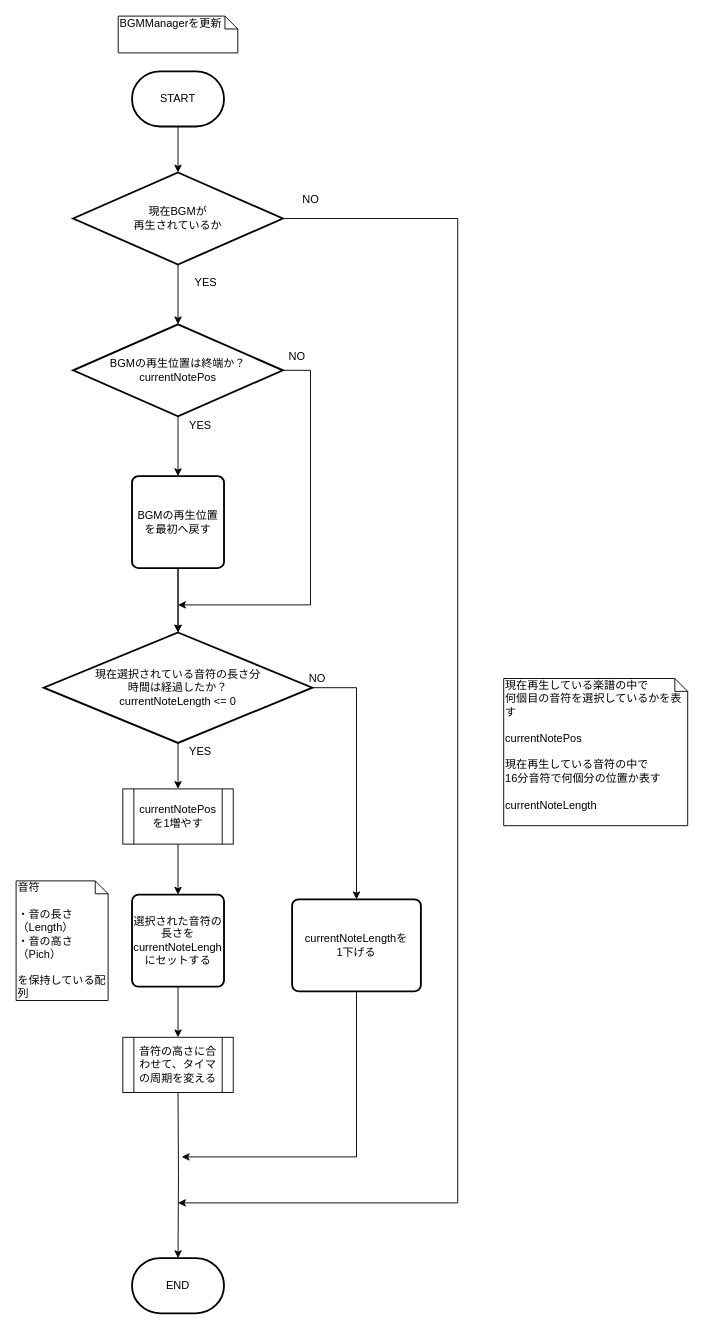
Above: page "BGMManagerを更新" (3 of 5) of 資料/設計書/フローチャート/モグラ叩き_Buzzer.drawio in hakohumi/comp.train.whack-a-mole (draw.io), before the change. Source tidied: cells renumbered, new cells numbered last; positions are measured from the earlier drawing's top-left corner, leaving out a move shared by most shapes. Both pictures are drawn from the tidied source at 92%, with x=0, y=0 at pixel (16, 16).
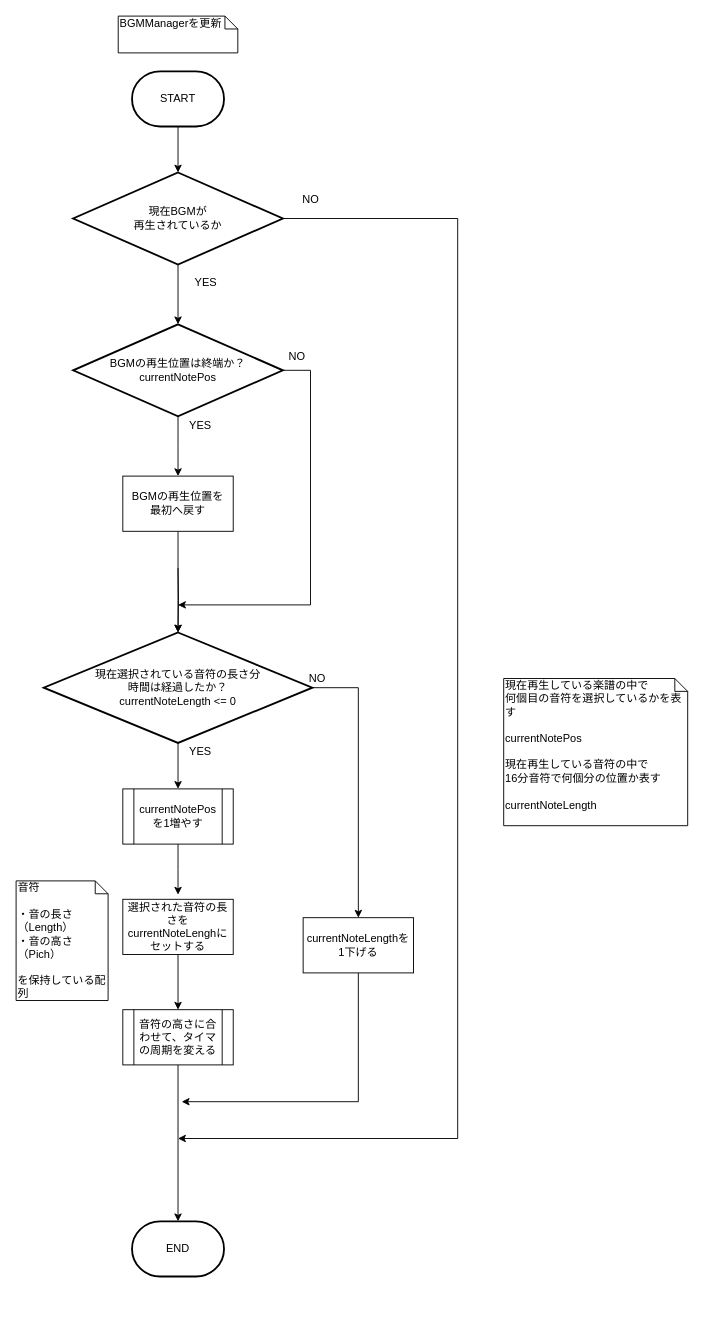
The same page after the edit.

The change refers to these unchanged cells:
```xml
<mxCell id="7" value="現在BGMが&lt;br&gt;再生されているか" style="strokeWidth=2;html=1;shape=mxgraph.flowchart.decision;whiteSpace=wrap;" parent="1" vertex="1">
  <mxGeometry x="62" y="170" width="228" height="100" as="geometry" />
</mxCell>
<mxCell id="10" value="BGMの再生位置は終端か？&lt;br&gt;currentNotePos" style="strokeWidth=2;html=1;shape=mxgraph.flowchart.decision;whiteSpace=wrap;" parent="1" vertex="1">
  <mxGeometry x="62" y="335" width="228" height="100" as="geometry" />
</mxCell>
<mxCell id="19" value="現在選択されている音符の長さ分&lt;br&gt;時間は経過したか？&lt;br&gt;currentNoteLength &amp;lt;= 0" style="strokeWidth=2;html=1;shape=mxgraph.flowchart.decision;whiteSpace=wrap;" parent="1" vertex="1">
  <mxGeometry x="30" y="670" width="292" height="120" as="geometry" />
</mxCell>
<mxCell id="29" value="currentNotePos を1増やす" style="shape=process;whiteSpace=wrap;html=1;backgroundOutline=1;" parent="1" vertex="1">
  <mxGeometry x="116" y="840" width="120" height="60" as="geometry" />
</mxCell>
```

Change to the diagram source:
```diff
@@
     <mxCell id="6" style="edgeStyle=orthogonalEdgeStyle;rounded=0;jettySize=auto;html=1;" parent="1" edge="1" source="7">
       <mxGeometry relative="1" as="geometry">
-        <mxPoint x="176" y="1290" as="targetPoint" />
+        <mxPoint x="176" y="1220" as="targetPoint" />
         <Array as="points">
           <mxPoint x="480" y="220" />
-          <mxPoint x="480" y="1290" />
-          <mxPoint x="176" y="1290" />
+          <mxPoint x="480" y="1220" />
+          <mxPoint x="176" y="1220" />
         </Array>
       </mxGeometry>
     </mxCell>
@@
-    <mxCell id="8" style="edgeStyle=orthogonalEdgeStyle;rounded=0;jettySize=auto;html=1;" parent="1" edge="1" source="10" target="16">
-      <mxGeometry relative="1" as="geometry" />
+    <mxCell id="8" style="edgeStyle=orthogonalEdgeStyle;rounded=0;jettySize=auto;html=1;" parent="1" edge="1" source="10">
+      <mxGeometry relative="1" as="geometry">
+        <mxPoint x="176" y="500" as="targetPoint" />
+      </mxGeometry>
     </mxCell>
@@
-    <mxCell id="14" style="edgeStyle=orthogonalEdgeStyle;rounded=0;jettySize=auto;html=1;" parent="1" edge="1" source="16" target="19">
-      <mxGeometry relative="1" as="geometry" />
+    <mxCell id="14" style="edgeStyle=orthogonalEdgeStyle;rounded=0;jettySize=auto;html=1;" parent="1" edge="1" target="19">
+      <mxGeometry relative="1" as="geometry">
+        <mxPoint x="176" y="600" as="sourcePoint" />
+      </mxGeometry>
     </mxCell>
-    <mxCell id="15" style="edgeStyle=orthogonalEdgeStyle;rounded=0;jettySize=auto;html=1;" parent="1" edge="1" source="16" target="19">
+    <mxCell id="15" style="edgeStyle=orthogonalEdgeStyle;rounded=0;jettySize=auto;html=1;exitX=0.5;exitY=1;exitDx=0;exitDy=0;" parent="1" edge="1" source="34" target="19">
       <mxGeometry relative="1" as="geometry" />
     </mxCell>
-    <mxCell id="16" value="BGMの再生位置を最初へ戻す" style="rounded=1;whiteSpace=wrap;html=1;absoluteArcSize=1;arcSize=14;strokeWidth=2;" parent="1" vertex="1">
-      <mxGeometry x="126" y="500" width="100" height="100" as="geometry" />
-    </mxCell>
-    <mxCell id="17" style="edgeStyle=orthogonalEdgeStyle;rounded=0;jettySize=auto;html=1;" parent="1" edge="1" source="19" target="24">
+    <mxCell id="17" style="edgeStyle=orthogonalEdgeStyle;rounded=0;jettySize=auto;html=1;entryX=0.5;entryY=0;entryDx=0;entryDy=0;" parent="1" edge="1" source="19" target="24">
       <mxGeometry relative="1" as="geometry">
         <Array as="points">
-          <mxPoint x="370" y="730" />
+          <mxPoint x="372" y="730" />
         </Array>
       </mxGeometry>
     </mxCell>
@@
-    <mxCell id="21" style="edgeStyle=orthogonalEdgeStyle;rounded=0;jettySize=auto;html=1;" parent="1" edge="1" target="22">
-      <mxGeometry relative="1" as="geometry">
-        <mxPoint x="176" y="1170" as="sourcePoint" />
-      </mxGeometry>
+    <mxCell id="21" style="edgeStyle=orthogonalEdgeStyle;rounded=0;jettySize=auto;html=1;exitX=0.5;exitY=1;exitDx=0;exitDy=0;" parent="1" edge="1" source="30" target="22">
+      <mxGeometry relative="1" as="geometry" />
     </mxCell>
     <mxCell id="22" value="END" style="strokeWidth=2;html=1;shape=mxgraph.flowchart.terminator;whiteSpace=wrap;" parent="1" vertex="1">
-      <mxGeometry x="126" y="1350" width="100" height="60" as="geometry" />
+      <mxGeometry x="126" y="1310" width="100" height="60" as="geometry" />
     </mxCell>
-    <mxCell id="23" style="edgeStyle=orthogonalEdgeStyle;rounded=0;jettySize=auto;html=1;" parent="1" edge="1" source="24">
+    <mxCell id="23" style="edgeStyle=orthogonalEdgeStyle;rounded=0;jettySize=auto;html=1;exitX=0.5;exitY=1;exitDx=0;exitDy=0;" parent="1" edge="1" source="24">
       <mxGeometry relative="1" as="geometry">
-        <mxPoint x="180" y="1240" as="targetPoint" />
+        <mxPoint x="180" y="1180" as="targetPoint" />
         <Array as="points">
-          <mxPoint x="370" y="1240" />
-          <mxPoint x="180" y="1240" />
+          <mxPoint x="372" y="1180" />
+          <mxPoint x="180" y="1180" />
         </Array>
       </mxGeometry>
     </mxCell>
-    <mxCell id="24" value="currentNoteLengthを&lt;br&gt;1下げる" style="rounded=1;whiteSpace=wrap;html=1;absoluteArcSize=1;arcSize=14;strokeWidth=2;" parent="1" vertex="1">
-      <mxGeometry x="300" y="960" width="140" height="100" as="geometry" />
-    </mxCell>
@@
-    <mxCell id="26" style="edgeStyle=orthogonalEdgeStyle;rounded=0;jettySize=auto;html=1;" parent="1" edge="1" source="27" target="30">
+    <mxCell id="26" style="edgeStyle=orthogonalEdgeStyle;rounded=0;jettySize=auto;html=1;exitX=0.5;exitY=1;exitDx=0;exitDy=0;" parent="1" edge="1" source="27" target="30">
       <mxGeometry relative="1" as="geometry" />
     </mxCell>
-    <mxCell id="27" value="&lt;span&gt;選択された音符の長さをcurrentNoteLenghにセットする&lt;/span&gt;" style="rounded=1;whiteSpace=wrap;html=1;absoluteArcSize=1;arcSize=14;strokeWidth=2;" parent="1" vertex="1">
-      <mxGeometry x="126" y="955" width="100" height="100" as="geometry" />
-    </mxCell>
-    <mxCell id="28" style="edgeStyle=orthogonalEdgeStyle;rounded=0;jettySize=auto;html=1;" parent="1" edge="1" source="29" target="27">
-      <mxGeometry relative="1" as="geometry" />
+    <mxCell id="28" style="edgeStyle=orthogonalEdgeStyle;rounded=0;jettySize=auto;html=1;" parent="1" edge="1" source="29">
+      <mxGeometry relative="1" as="geometry">
+        <mxPoint x="176" y="955" as="targetPoint" />
+      </mxGeometry>
     </mxCell>
@@
     <mxCell id="30" value="音符の高さに合わせて、タイマの周期を変える" style="shape=process;whiteSpace=wrap;html=1;backgroundOutline=1;" parent="1" vertex="1">
-      <mxGeometry x="116" y="1110" width="120" height="60" as="geometry" />
+      <mxGeometry x="116" y="1080" width="120" height="60" as="geometry" />
     </mxCell>
@@
+    <mxCell id="34" value="&lt;span&gt;BGMの再生位置を&lt;br&gt;最初へ戻す&lt;/span&gt;" style="rounded=0;whiteSpace=wrap;html=1;" parent="1" vertex="1">
+      <mxGeometry x="116" y="500" width="120" height="60" as="geometry" />
+    </mxCell>
+    <mxCell id="24" value="&lt;span&gt;currentNoteLengthを&lt;/span&gt;&lt;br&gt;&lt;span&gt;1下げる&lt;/span&gt;" style="rounded=0;whiteSpace=wrap;html=1;" parent="1" vertex="1">
+      <mxGeometry x="312" y="980" width="120" height="60" as="geometry" />
+    </mxCell>
+    <mxCell id="27" value="&lt;span&gt;選択された音符の長さをcurrentNoteLenghにセットする&lt;/span&gt;" style="rounded=0;whiteSpace=wrap;html=1;" parent="1" vertex="1">
+      <mxGeometry x="116" y="960" width="120" height="60" as="geometry" />
+    </mxCell>
```
